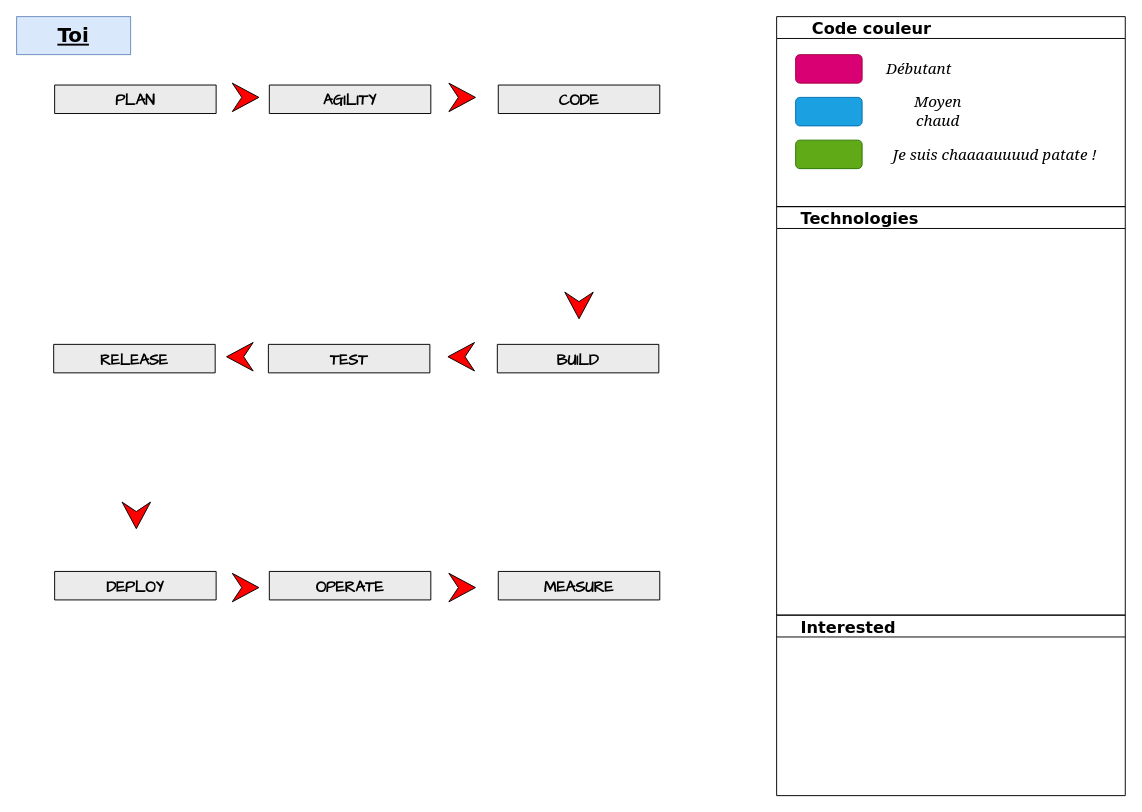
Before: skills.drawio in teolia/TeoSchool_skills, a draw.io diagram. Source tidied: cells renumbered, new cells numbered last; positions are measured from the earlier drawing's top-left corner, leaving out a move shared by most shapes. Both pictures are drawn from the tidied source at 95%, with x=0, y=0 at pixel (16, 16).
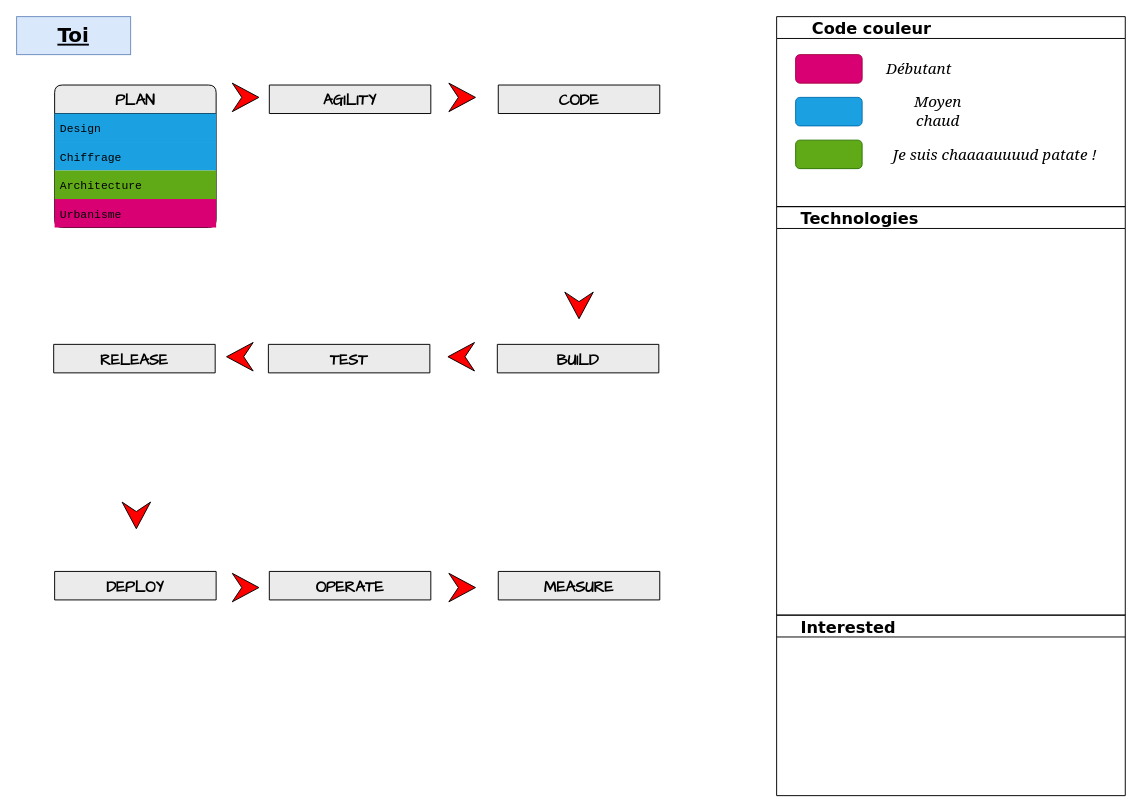
Above is the later version.

The change refers to these unchanged cells:
```xml
<mxCell id="20" value="      Code couleur" style="swimlane;rounded=0;labelBackgroundColor=none;sketch=0;fontFamily=Verdana;fontSize=17;fontColor=#000000;fillColor=none;align=left;" parent="1" vertex="1">
  <mxGeometry x="800" width="367" height="200" as="geometry" />
</mxCell>
```

Change to the diagram source:
```diff
@@
-    <mxCell id="3" value="PLAN" style="swimlane;fontStyle=1;horizontal=1;startSize=30;fontFamily=Comic Sans MS;rounded=1;arcSize=9;labelBackgroundColor=none;fillColor=#EBEBEB;fontSize=16;" parent="1" vertex="1" collapsed="1">
-      <mxGeometry x="40" y="72" width="170" height="30" as="geometry" />
+    <mxCell id="3" value="PLAN" style="swimlane;fontStyle=1;horizontal=1;startSize=30;fontFamily=Comic Sans MS;rounded=1;arcSize=9;labelBackgroundColor=none;fillColor=#EBEBEB;fontSize=16;" parent="1" vertex="1">
+      <mxGeometry x="40" y="72" width="170" height="150" as="geometry" />
     </mxCell>
+    <mxCell id="29" value="Design" style="text;align=left;verticalAlign=middle;spacingLeft=4;spacingRight=4;overflow=hidden;fontFamily=Courier New;fillColor=#1BA1E2;" parent="3" vertex="1">
+      <mxGeometry y="30" width="170" height="30" as="geometry" />
+    </mxCell>
+    <mxCell id="30" value="Chiffrage" style="text;align=left;verticalAlign=middle;spacingLeft=4;spacingRight=4;overflow=hidden;fontFamily=Courier New;fillColor=#1BA1E2;" parent="3" vertex="1">
+      <mxGeometry y="60" width="170" height="30" as="geometry" />
+    </mxCell>
+    <mxCell id="31" value="Architecture" style="text;align=left;verticalAlign=middle;spacingLeft=4;spacingRight=4;overflow=hidden;fontFamily=Courier New;fillColor=#60A917;" parent="3" vertex="1">
+      <mxGeometry y="90" width="170" height="30" as="geometry" />
+    </mxCell>
+    <mxCell id="32" value="Urbanisme" style="text;strokeColor=none;fillColor=#D80073;align=left;verticalAlign=middle;spacingLeft=4;spacingRight=4;overflow=hidden;fontFamily=Courier New;" parent="3" vertex="1">
+      <mxGeometry y="120" width="170" height="30" as="geometry" />
+    </mxCell>
@@
-    <mxCell id="23" style="rounded=1;whiteSpace=wrap;html=1;fillColor=#60a917;fontColor=#ffffff;strokeColor=#2D7600;" parent="20" vertex="1">
+    <mxCell id="23" style="rounded=1;whiteSpace=wrap;html=1;fillColor=#60A917;fontColor=#ffffff;strokeColor=#2D7600;" parent="20" vertex="1">
       <mxGeometry x="20" y="130" width="70" height="30" as="geometry" />
     </mxCell>
```
